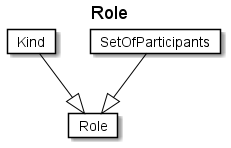
Before: fragments/diagrams/Role.png, a diagram exported from PlantUML (rtigran/rdf2adoc). Its diagram source:
```plantuml
@startuml
Title Role

Card Role #fff [
Role
]
Card Kind #fff [
Kind
]
Kind --|> Role  #000
Card SetOfParticipants #fff [
SetOfParticipants
]
SetOfParticipants --|> Role  #000
@enduml
```
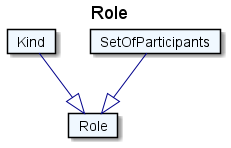
After the commit.

What changed in the source:
```diff
@@ -1,15 +1,15 @@
 @startuml
 Title Role
 
-Card Role #fff [
+Card Role #F0F8FF [
 Role
 ]
-Card Kind #fff [
+Card Kind #F0F8FF [
 Kind
 ]
-Kind --|> Role  #000
-Card SetOfParticipants #fff [
+Kind --|> Role  #00008B
+Card SetOfParticipants #F0F8FF [
 SetOfParticipants
 ]
-SetOfParticipants --|> Role  #000
+SetOfParticipants --|> Role  #00008B
 @enduml
```
